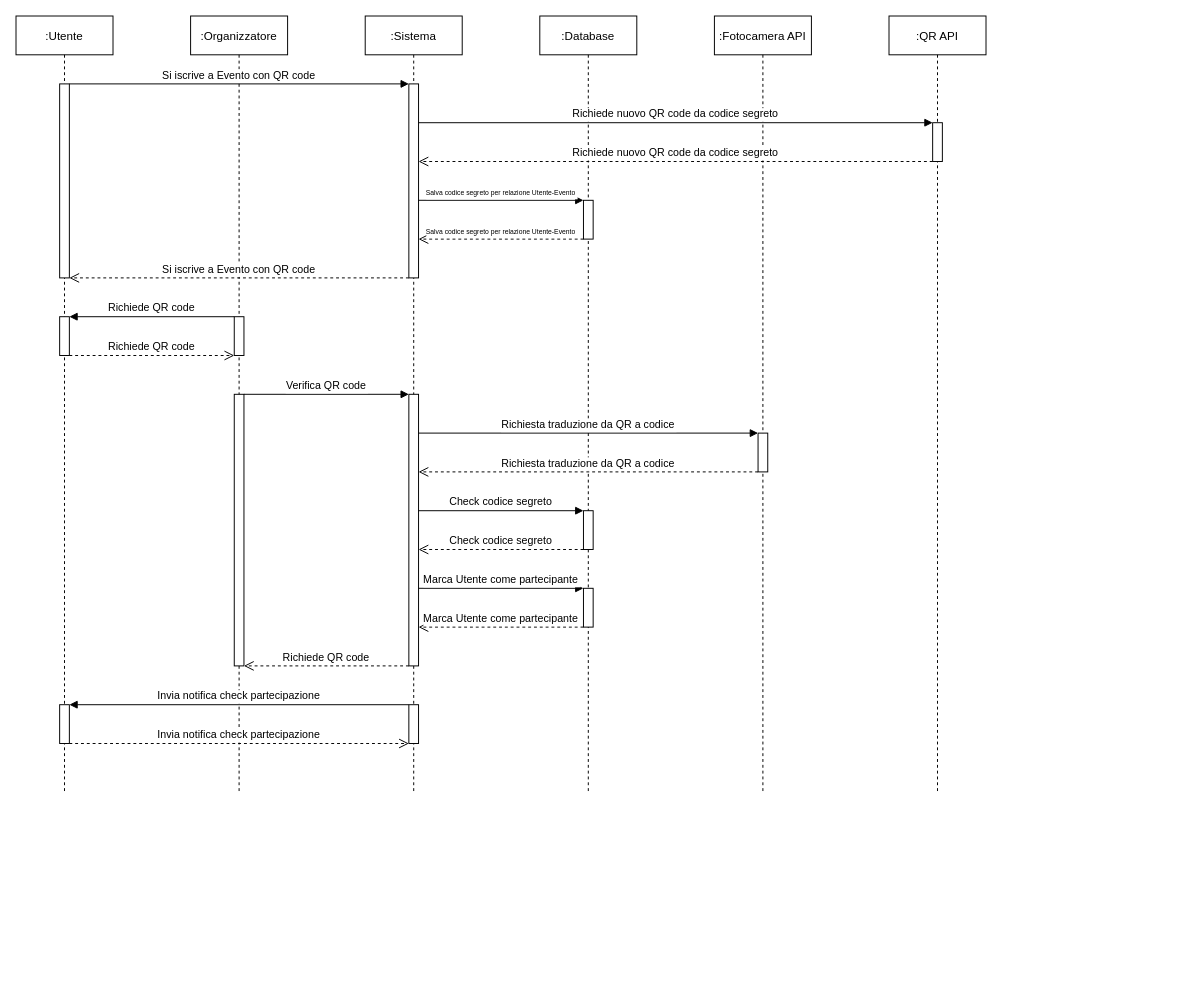
The draw.io diagram Sequence/RF15_Iscrizione/QR_Code.drawio in 4spot-team/documentation, before the edit. Source tidied: cells renumbered, new cells numbered last; positions are measured from the earlier drawing's top-left corner, leaving out a move shared by most shapes. Both pictures are drawn from the tidied source at 97%, with x=0, y=0 at pixel (16, 16).
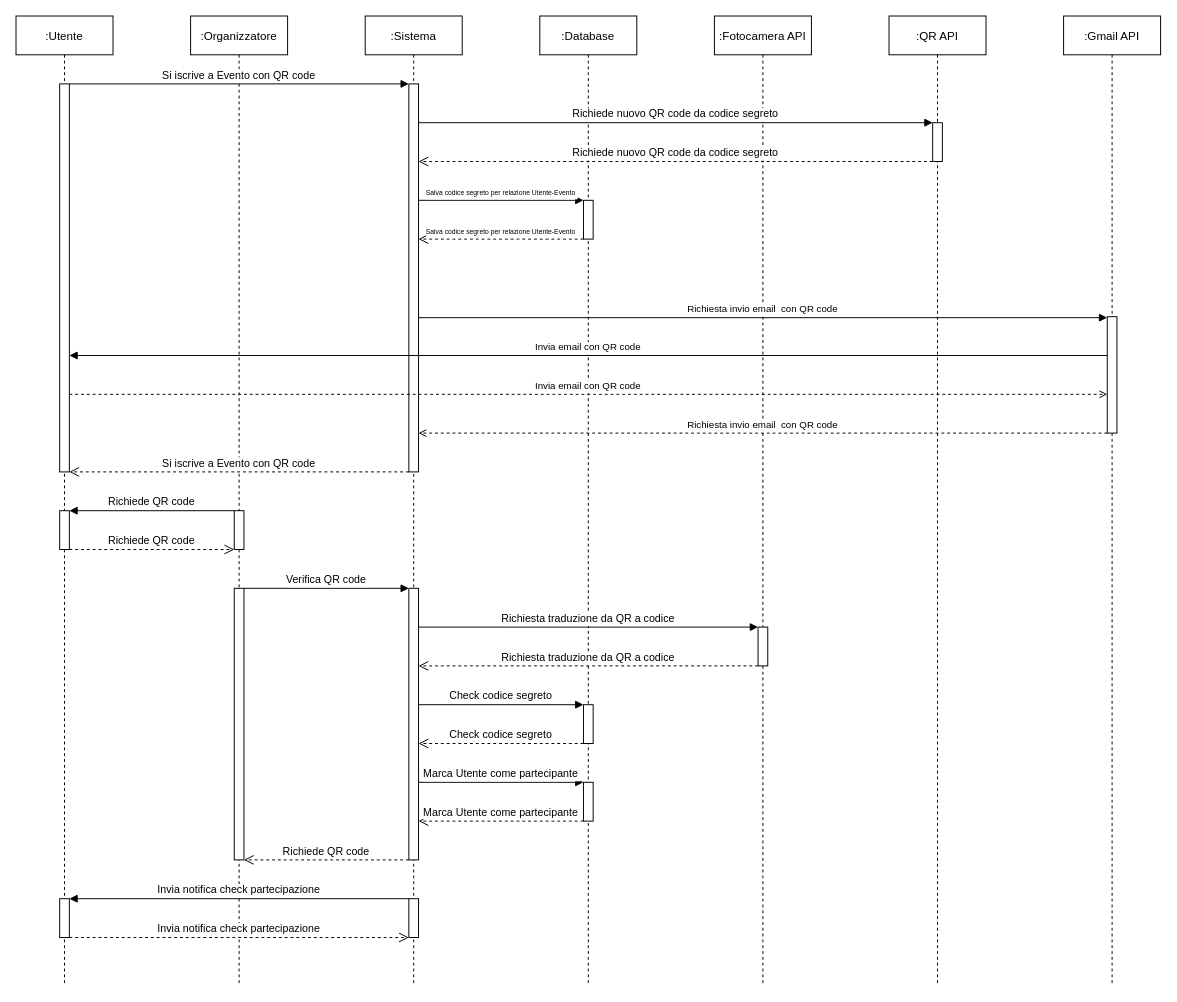
The same diagram, later.

Unchanged cells that the change refers to:
```xml
<mxCell id="20" style="points=[];perimeter=orthogonalPerimeter;rounded=0;shadow=0;strokeWidth=1;" parent="19" vertex="1">
  <mxGeometry x="45" y="190" width="10" height="40" as="geometry" />
</mxCell>
```

What changed in the source:
```diff
@@
     <mxCell id="2" value=":Utente" style="shape=umlLifeline;perimeter=lifelinePerimeter;rounded=0;shadow=0;strokeWidth=1;" parent="1" vertex="1">
-      <mxGeometry width="100" height="800" as="geometry" />
+      <mxGeometry width="100" height="1000" as="geometry" />
     </mxCell>
     <mxCell id="3" style="perimeter=orthogonalPerimeter;rounded=0;shadow=0;strokeWidth=1;" parent="2" vertex="1">
-      <mxGeometry x="45" y="70" width="10" height="200" as="geometry" />
+      <mxGeometry x="45" y="70" width="10" height="400" as="geometry" />
     </mxCell>
     <mxCell id="4" style="points=[];perimeter=orthogonalPerimeter;rounded=0;shadow=0;strokeWidth=1;" parent="2" vertex="1">
-      <mxGeometry x="45" y="310" width="10" height="40" as="geometry" />
+      <mxGeometry x="45" y="510" width="10" height="40" as="geometry" />
     </mxCell>
     <mxCell id="5" value="Richiede QR code" style="verticalAlign=bottom;endArrow=open;dashed=1;endSize=8;shadow=0;strokeWidth=1;" parent="2" edge="1" source="4">
       <mxGeometry relative="1" as="geometry">
-        <mxPoint x="225" y="350" as="targetPoint" />
+        <mxPoint x="225" y="550" as="targetPoint" />
       </mxGeometry>
     </mxCell>
     <mxCell id="6" value=":Organizzatore" style="shape=umlLifeline;perimeter=lifelinePerimeter;rounded=0;shadow=0;strokeWidth=1;" parent="1" vertex="1">
-      <mxGeometry x="180" width="100" height="800" as="geometry" />
+      <mxGeometry x="180" width="100" height="1000" as="geometry" />
     </mxCell>
     <mxCell id="7" style="perimeter=orthogonalPerimeter;rounded=0;shadow=0;strokeWidth=1;" parent="6" vertex="1">
-      <mxGeometry x="45" y="310" width="10" height="40" as="geometry" />
+      <mxGeometry x="45" y="510" width="10" height="40" as="geometry" />
     </mxCell>
     <mxCell id="8" style="perimeter=orthogonalPerimeter;rounded=0;shadow=0;strokeWidth=1;" parent="6" vertex="1">
-      <mxGeometry x="45" y="390" width="10" height="280" as="geometry" />
+      <mxGeometry x="45" y="590" width="10" height="280" as="geometry" />
     </mxCell>
-    <mxCell id="9" value="Si iscrive a Evento con QR code" style="verticalAlign=bottom;endArrow=open;dashed=1;endSize=8;shadow=0;strokeWidth=1;" parent="1" edge="1" source="12">
+    <mxCell id="9" value="Si iscrive a Evento con QR code" style="verticalAlign=bottom;endArrow=open;dashed=1;endSize=8;shadow=0;strokeWidth=1;" parent="1" edge="1">
       <mxGeometry relative="1" as="geometry">
-        <mxPoint x="55" y="270" as="targetPoint" />
+        <mxPoint x="405" y="470" as="sourcePoint" />
+        <mxPoint x="55" y="470" as="targetPoint" />
       </mxGeometry>
     </mxCell>
@@
     <mxCell id="11" value=":Sistema" style="shape=umlLifeline;perimeter=lifelinePerimeter;rounded=0;shadow=0;strokeWidth=1;" parent="1" vertex="1">
-      <mxGeometry x="360" width="100" height="800" as="geometry" />
+      <mxGeometry x="360" width="100" height="1000" as="geometry" />
     </mxCell>
     <mxCell id="12" style="points=[];perimeter=orthogonalPerimeter;rounded=0;shadow=0;strokeWidth=1;" parent="11" vertex="1">
-      <mxGeometry x="45" y="70" width="10" height="200" as="geometry" />
+      <mxGeometry x="45" y="70" width="10" height="400" as="geometry" />
     </mxCell>
     <mxCell id="13" style="perimeter=orthogonalPerimeter;rounded=0;shadow=0;strokeWidth=1;" parent="11" vertex="1">
-      <mxGeometry x="45" y="390" width="10" height="280" as="geometry" />
+      <mxGeometry x="45" y="590" width="10" height="280" as="geometry" />
     </mxCell>
     <mxCell id="14" style="points=[];perimeter=orthogonalPerimeter;rounded=0;shadow=0;strokeWidth=1;" parent="11" vertex="1">
-      <mxGeometry x="45" y="710" width="10" height="40" as="geometry" />
+      <mxGeometry x="45" y="910" width="10" height="40" as="geometry" />
     </mxCell>
     <mxCell id="15" value=":QR API" style="shape=umlLifeline;perimeter=lifelinePerimeter;rounded=0;shadow=0;strokeWidth=1;" parent="1" vertex="1">
-      <mxGeometry x="900" width="100" height="800" as="geometry" />
+      <mxGeometry x="900" width="100" height="1000" as="geometry" />
     </mxCell>
@@
     <mxCell id="17" value=":Fotocamera API" style="shape=umlLifeline;perimeter=lifelinePerimeter;rounded=0;shadow=0;strokeWidth=1;" parent="1" vertex="1">
-      <mxGeometry x="720" width="100" height="800" as="geometry" />
+      <mxGeometry x="720" width="100" height="1000" as="geometry" />
     </mxCell>
     <mxCell id="18" style="perimeter=orthogonalPerimeter;rounded=0;shadow=0;strokeWidth=1;" parent="17" vertex="1">
-      <mxGeometry x="45" y="430" width="10" height="40" as="geometry" />
+      <mxGeometry x="45" y="630" width="10" height="40" as="geometry" />
     </mxCell>
+    <mxCell id="39" value="Richiesta invio email  con QR code" style="verticalAlign=bottom;endArrow=block;shadow=0;strokeWidth=1;fontSize=10;" parent="17" edge="1" target="41">
+      <mxGeometry relative="1" as="geometry">
+        <mxPoint x="-305" y="311" as="sourcePoint" />
+      </mxGeometry>
+    </mxCell>
     <mxCell id="19" value=":Database" style="shape=umlLifeline;perimeter=lifelinePerimeter;rounded=0;shadow=0;strokeWidth=1;" parent="1" vertex="1">
-      <mxGeometry x="540" width="100" height="800" as="geometry" />
+      <mxGeometry x="540" width="100" height="1000" as="geometry" />
     </mxCell>
@@
     <mxCell id="21" style="perimeter=orthogonalPerimeter;rounded=0;shadow=0;strokeWidth=1;" parent="19" vertex="1">
-      <mxGeometry x="45" y="510" width="10" height="40" as="geometry" />
+      <mxGeometry x="45" y="710" width="10" height="40" as="geometry" />
     </mxCell>
     <mxCell id="22" style="perimeter=orthogonalPerimeter;rounded=0;shadow=0;strokeWidth=1;" parent="19" vertex="1">
-      <mxGeometry x="45" y="590" width="10" height="40" as="geometry" />
+      <mxGeometry x="45" y="790" width="10" height="40" as="geometry" />
     </mxCell>
     <mxCell id="23" value="Marca Utente come partecipante" style="verticalAlign=bottom;endArrow=block;shadow=0;strokeWidth=1;" parent="19" edge="1">
       <mxGeometry relative="1" as="geometry">
-        <mxPoint x="-125" y="590" as="sourcePoint" />
-        <mxPoint x="45" y="590" as="targetPoint" />
+        <mxPoint x="-125" y="790" as="sourcePoint" />
+        <mxPoint x="45" y="790" as="targetPoint" />
       </mxGeometry>
     </mxCell>
     <mxCell id="24" value="Marca Utente come partecipante" style="verticalAlign=bottom;endArrow=open;dashed=1;endSize=8;shadow=0;strokeWidth=1;" parent="19" edge="1">
       <mxGeometry relative="1" as="geometry">
-        <mxPoint x="45" y="630" as="sourcePoint" />
-        <mxPoint x="-125" y="630" as="targetPoint" />
+        <mxPoint x="45" y="830" as="sourcePoint" />
+        <mxPoint x="-125" y="830" as="targetPoint" />
       </mxGeometry>
     </mxCell>
@@
-    <mxCell id="27" value="Salva codice segreto per relazione Utente-Evento" style="verticalAlign=bottom;endArrow=block;shadow=0;strokeWidth=1;fontSize=7;" parent="1" edge="1" source="12" target="20">
-      <mxGeometry relative="1" as="geometry" />
+    <mxCell id="27" value="Salva codice segreto per relazione Utente-Evento" style="verticalAlign=bottom;endArrow=block;shadow=0;strokeWidth=1;fontSize=7;" parent="1" edge="1">
+      <mxGeometry relative="1" as="geometry">
+        <mxPoint x="415" y="190" as="sourcePoint" />
+        <mxPoint x="585" y="190" as="targetPoint" />
+      </mxGeometry>
     </mxCell>
@@
     <mxCell id="29" value="Richiede QR code" style="verticalAlign=bottom;endArrow=block;shadow=0;strokeWidth=1;" parent="1" edge="1">
       <mxGeometry relative="1" as="geometry">
-        <mxPoint x="225" y="310" as="sourcePoint" />
-        <mxPoint x="55" y="310" as="targetPoint" />
+        <mxPoint x="225" y="510" as="sourcePoint" />
+        <mxPoint x="55" y="510" as="targetPoint" />
       </mxGeometry>
     </mxCell>
     <mxCell id="30" value="Verifica QR code" style="verticalAlign=bottom;endArrow=block;shadow=0;strokeWidth=1;" parent="1" edge="1">
       <mxGeometry relative="1" as="geometry">
-        <mxPoint x="235" y="390" as="sourcePoint" />
-        <mxPoint x="405" y="390" as="targetPoint" />
+        <mxPoint x="235" y="590" as="sourcePoint" />
+        <mxPoint x="405" y="590" as="targetPoint" />
       </mxGeometry>
     </mxCell>
     <mxCell id="31" value="Richiesta traduzione da QR a codice" style="verticalAlign=bottom;endArrow=block;shadow=0;strokeWidth=1;" parent="1" edge="1">
       <mxGeometry relative="1" as="geometry">
-        <mxPoint x="415" y="430" as="sourcePoint" />
-        <mxPoint x="765" y="430" as="targetPoint" />
+        <mxPoint x="415" y="630" as="sourcePoint" />
+        <mxPoint x="765" y="630" as="targetPoint" />
       </mxGeometry>
     </mxCell>
     <mxCell id="32" value="Richiesta traduzione da QR a codice" style="verticalAlign=bottom;endArrow=open;dashed=1;endSize=8;shadow=0;strokeWidth=1;" parent="1" edge="1">
       <mxGeometry relative="1" as="geometry">
-        <mxPoint x="765" y="470" as="sourcePoint" />
-        <mxPoint x="415" y="470" as="targetPoint" />
+        <mxPoint x="765" y="670" as="sourcePoint" />
+        <mxPoint x="415" y="670" as="targetPoint" />
       </mxGeometry>
     </mxCell>
     <mxCell id="33" value="Check codice segreto" style="verticalAlign=bottom;endArrow=block;shadow=0;strokeWidth=1;" parent="1" edge="1">
       <mxGeometry relative="1" as="geometry">
-        <mxPoint x="415" y="510" as="sourcePoint" />
-        <mxPoint x="585" y="510" as="targetPoint" />
+        <mxPoint x="415" y="710" as="sourcePoint" />
+        <mxPoint x="585" y="710" as="targetPoint" />
       </mxGeometry>
     </mxCell>
     <mxCell id="34" value="Check codice segreto" style="verticalAlign=bottom;endArrow=open;dashed=1;endSize=8;shadow=0;strokeWidth=1;" parent="1" edge="1">
       <mxGeometry relative="1" as="geometry">
-        <mxPoint x="585" y="550" as="sourcePoint" />
-        <mxPoint x="415" y="550" as="targetPoint" />
+        <mxPoint x="585" y="750" as="sourcePoint" />
+        <mxPoint x="415" y="750" as="targetPoint" />
       </mxGeometry>
     </mxCell>
     <mxCell id="35" value="Richiede QR code" style="verticalAlign=bottom;endArrow=open;dashed=1;endSize=8;shadow=0;strokeWidth=1;" parent="1" edge="1">
       <mxGeometry relative="1" as="geometry">
-        <mxPoint x="405" y="670" as="sourcePoint" />
-        <mxPoint x="235" y="670" as="targetPoint" />
+        <mxPoint x="405" y="870" as="sourcePoint" />
+        <mxPoint x="235" y="870" as="targetPoint" />
       </mxGeometry>
     </mxCell>
     <mxCell id="36" style="perimeter=orthogonalPerimeter;rounded=0;shadow=0;strokeWidth=1;" parent="1" vertex="1">
-      <mxGeometry x="45" y="710" width="10" height="40" as="geometry" />
+      <mxGeometry x="45" y="910" width="10" height="40" as="geometry" />
     </mxCell>
     <mxCell id="37" value="Invia notifica check partecipazione" style="verticalAlign=bottom;endArrow=open;dashed=1;endSize=8;shadow=0;strokeWidth=1;fontSize=11;" parent="1" edge="1">
       <mxGeometry relative="1" as="geometry">
-        <mxPoint x="55" y="750" as="sourcePoint" />
-        <mxPoint x="405" y="750" as="targetPoint" />
+        <mxPoint x="55" y="950" as="sourcePoint" />
+        <mxPoint x="405" y="950" as="targetPoint" />
       </mxGeometry>
     </mxCell>
     <mxCell id="38" value="Invia notifica check partecipazione" style="verticalAlign=bottom;endArrow=block;shadow=0;strokeWidth=1;fontSize=11;" parent="1" edge="1" source="14">
       <mxGeometry relative="1" as="geometry">
-        <mxPoint x="55" y="710" as="targetPoint" />
+        <mxPoint x="55" y="910" as="targetPoint" />
       </mxGeometry>
     </mxCell>
+    <mxCell id="40" value=":Gmail API" style="shape=umlLifeline;perimeter=lifelinePerimeter;rounded=0;shadow=0;strokeWidth=1;" parent="1" vertex="1">
+      <mxGeometry x="1080" width="100" height="1000" as="geometry" />
+    </mxCell>
+    <mxCell id="41" style="points=[];perimeter=orthogonalPerimeter;rounded=0;shadow=0;strokeWidth=1;" parent="40" vertex="1">
+      <mxGeometry x="45" y="310" width="10" height="120" as="geometry" />
+    </mxCell>
+    <mxCell id="42" value="Invia email con QR code" style="verticalAlign=bottom;endArrow=block;shadow=0;strokeWidth=1;fontSize=10;" parent="1" edge="1">
+      <mxGeometry relative="1" as="geometry">
+        <mxPoint x="1125" y="350" as="sourcePoint" />
+        <mxPoint x="55" y="350" as="targetPoint" />
+      </mxGeometry>
+    </mxCell>
+    <mxCell id="43" value="Invia email con QR code" style="verticalAlign=bottom;endArrow=open;shadow=0;strokeWidth=1;endFill=0;dashed=1;fontSize=10;" parent="1" edge="1">
+      <mxGeometry relative="1" as="geometry">
+        <mxPoint x="55" y="390" as="sourcePoint" />
+        <mxPoint x="1125" y="390" as="targetPoint" />
+      </mxGeometry>
+    </mxCell>
+    <mxCell id="44" value="Richiesta invio email  con QR code" style="verticalAlign=bottom;endArrow=open;shadow=0;strokeWidth=1;endFill=0;dashed=1;fontSize=10;" parent="1" edge="1">
+      <mxGeometry relative="1" as="geometry">
+        <mxPoint x="1125" y="430" as="sourcePoint" />
+        <mxPoint x="415" y="430" as="targetPoint" />
+      </mxGeometry>
+    </mxCell>
```
